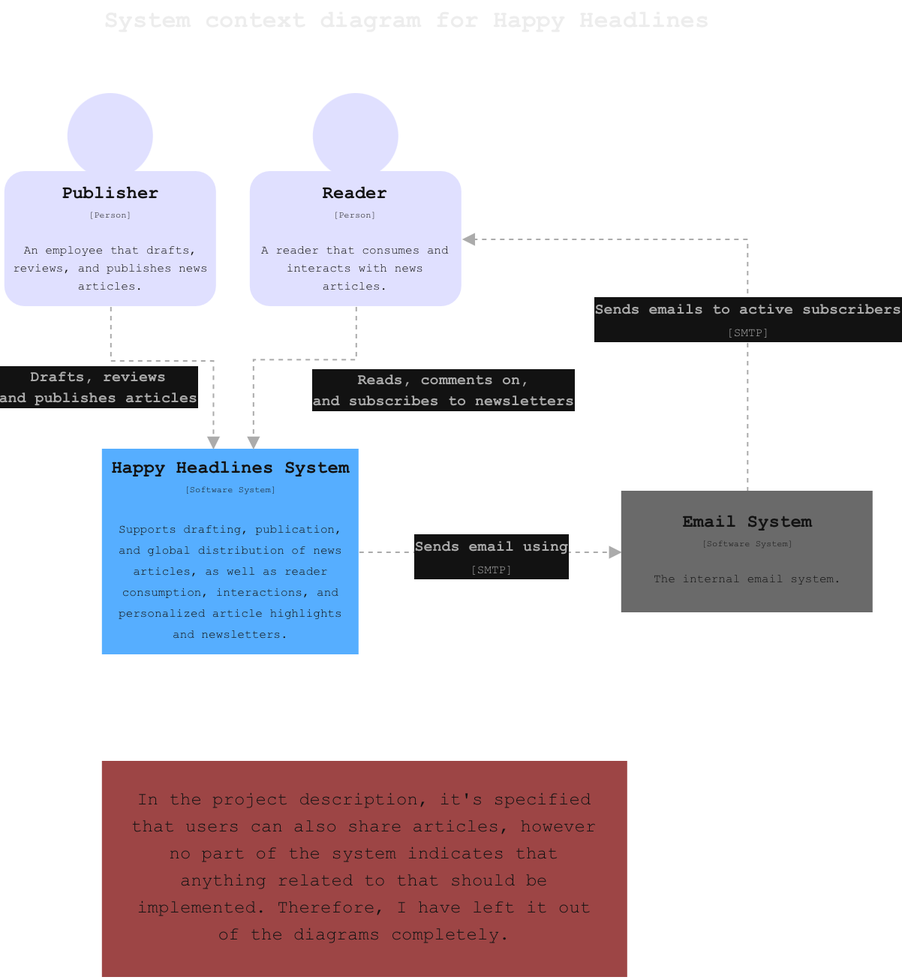
This is docs/figures/C4-system-context-diagram-dark.png from annafoldberg/happy-headlines, a draw.io export, as it was before one commit. Source tidied: cells renumbered, new cells last; positions are measured from the earlier drawing's top-left corner, leaving out a move shared by most shapes.
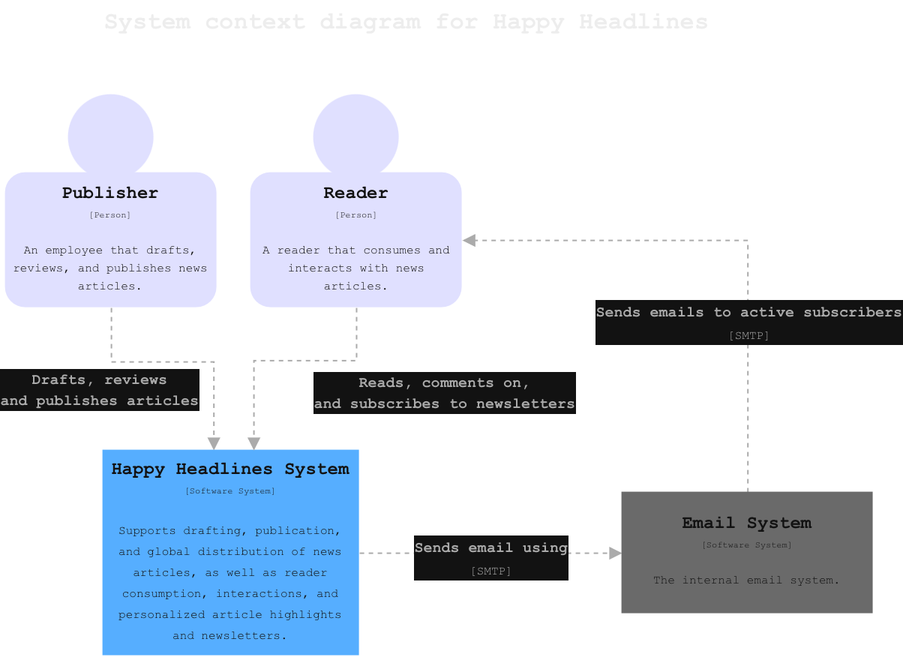
After the commit.

Change to the diagram source:
```diff
@@ -72,8 +72,5 @@
     <mxCell id="17" value="&lt;div style=&quot;line-height: 100%;&quot;&gt;&lt;div&gt;&lt;font face=&quot;Courier New&quot;&gt;&lt;b&gt;Email System&lt;/b&gt;&lt;/font&gt;&lt;/div&gt;&lt;div&gt;&lt;font face=&quot;Courier New&quot; style=&quot;font-size: 6px; line-height: 100%;&quot;&gt;[Software System]&lt;/font&gt;&lt;/div&gt;&lt;div&gt;&lt;font face=&quot;Courier New&quot; style=&quot;font-size: 6px; line-height: 100%;&quot;&gt;&lt;br&gt;&lt;/font&gt;&lt;/div&gt;&lt;div&gt;&lt;font face=&quot;Courier New&quot;&gt;&lt;span style=&quot;font-size: 8px;&quot;&gt;The internal email system.&lt;/span&gt;&lt;/font&gt;&lt;/div&gt;&lt;/div&gt;" style="rounded=0;html=1;fillColor=#999999;fontColor=#FFFFFF;strokeColor=none;spacing=5;whiteSpace=wrap;spacingBottom=0;spacingTop=-3;glass=0;" parent="1" vertex="1">
       <mxGeometry x="410.5" y="328" width="167.5" height="81" as="geometry" />
     </mxCell>
-    <mxCell id="18" value="&lt;div style=&quot;line-height: 100%;&quot;&gt;&lt;div&gt;&lt;font face=&quot;Courier New&quot; style=&quot;font-size: 12px; line-height: 150%;&quot;&gt;In the project description, it's specified that users can also share articles, however no part of the system indicates that anything related to that should be implemented. Therefore, I have left it out of the diagrams completely.&lt;/font&gt;&lt;br&gt;&lt;/div&gt;&lt;/div&gt;" style="rounded=0;html=1;fillColor=#FF9999;strokeColor=#FF9999;spacing=20;whiteSpace=wrap;spacingBottom=0;spacingTop=-3;glass=0;fontColor=#FFFFFF;" parent="1" vertex="1">
-      <mxGeometry x="64.5" y="508" width="349" height="143" as="geometry" />
-    </mxCell>
   </root>
 </mxGraphModel>
```
